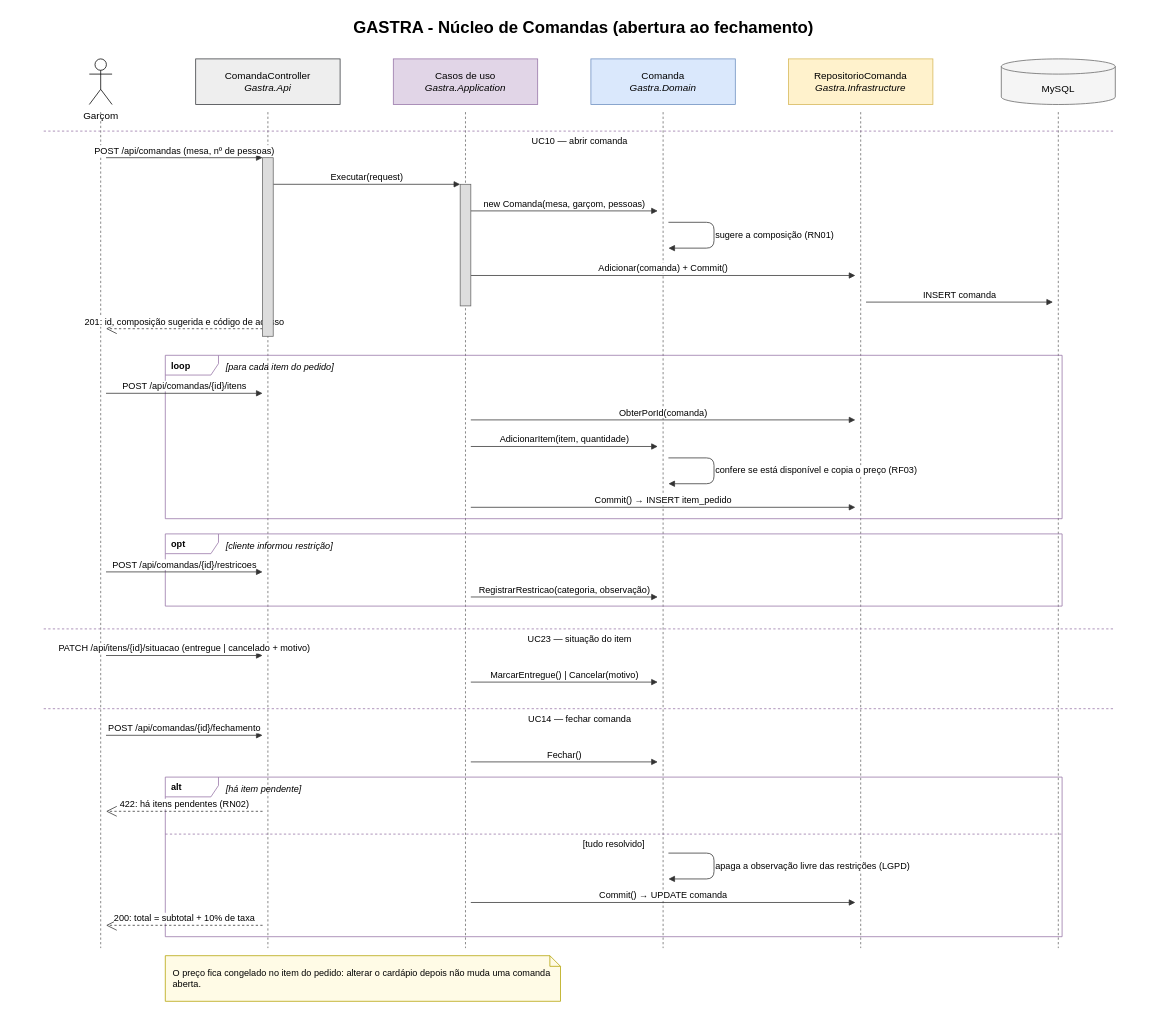
danih-vb/gastra-tg keeps this draw.io diagram as docs/diagramas/_fontes/GASTRA_Sequencia_NucleoComandas.drawio. Above is the earlier version. Source tidied: cells renumbered, new cells numbered last; positions are measured from the earlier drawing's top-left corner, leaving out a move shared by most shapes. Both pictures are drawn from the tidied source at 76%, with x=0, y=0 at pixel (13, 13).
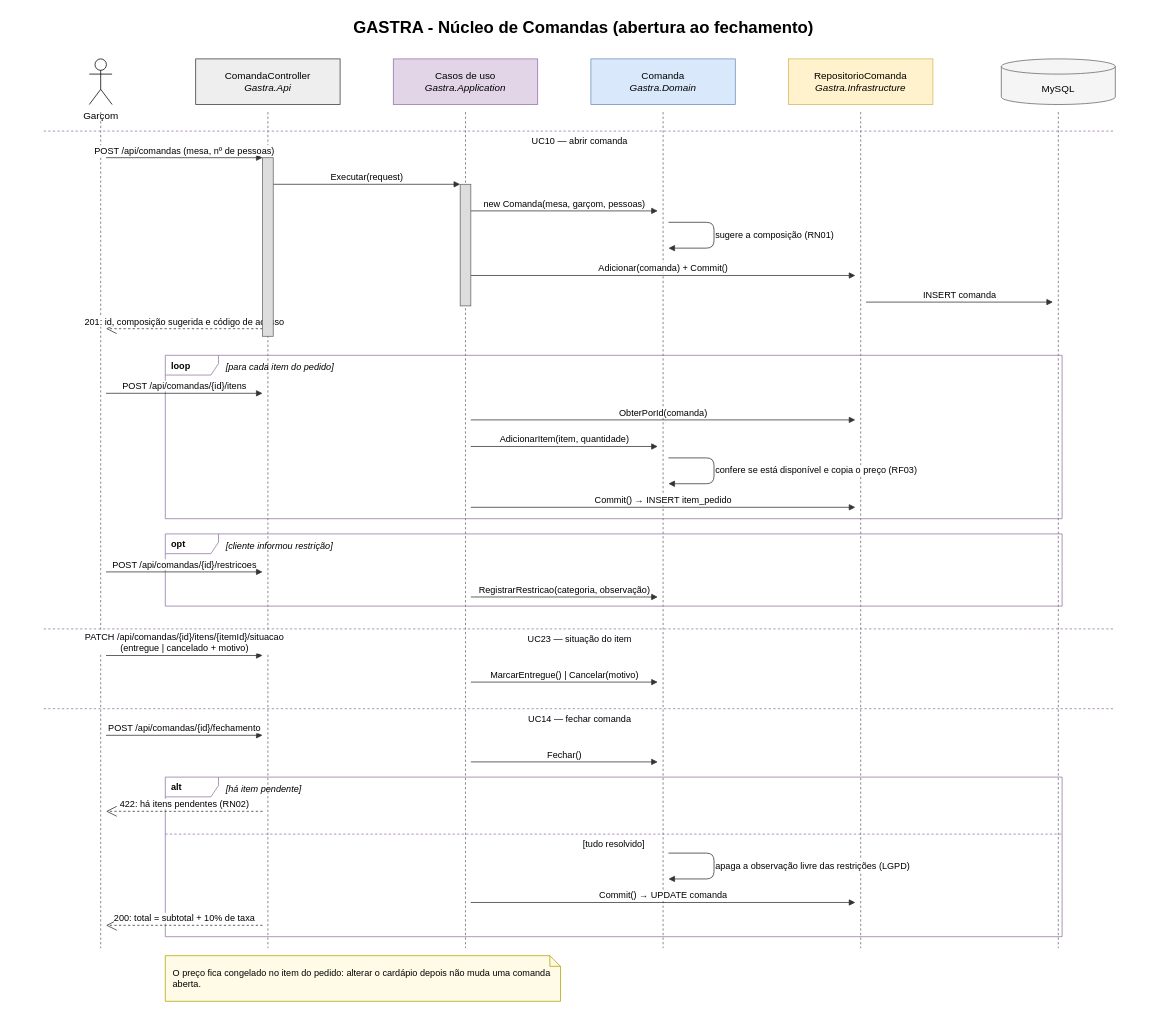
The same page after the edit.

Change to the diagram source:
```diff
@@
-    <mxCell id="37" value="PATCH /api/itens/{id}/situacao (entregue | cancelado + motivo)" style="html=1;endArrow=block;endFill=1;strokeColor=#333333;fontSize=12;align=center;verticalAlign=bottom;labelBackgroundColor=#ffffff;" parent="1" edge="1">
+    <mxCell id="37" value="PATCH /api/comandas/{id}/itens/{itemId}/situacao&lt;br&gt;(entregue | cancelado + motivo)" style="html=1;endArrow=block;endFill=1;strokeColor=#333333;fontSize=12;align=center;verticalAlign=bottom;labelBackgroundColor=#ffffff;" parent="1" edge="1">
       <mxGeometry relative="1" as="geometry">
         <mxPoint x="122" y="845" as="sourcePoint" />
         <mxPoint x="328" y="845" as="targetPoint" />
       </mxGeometry>
     </mxCell>
```
